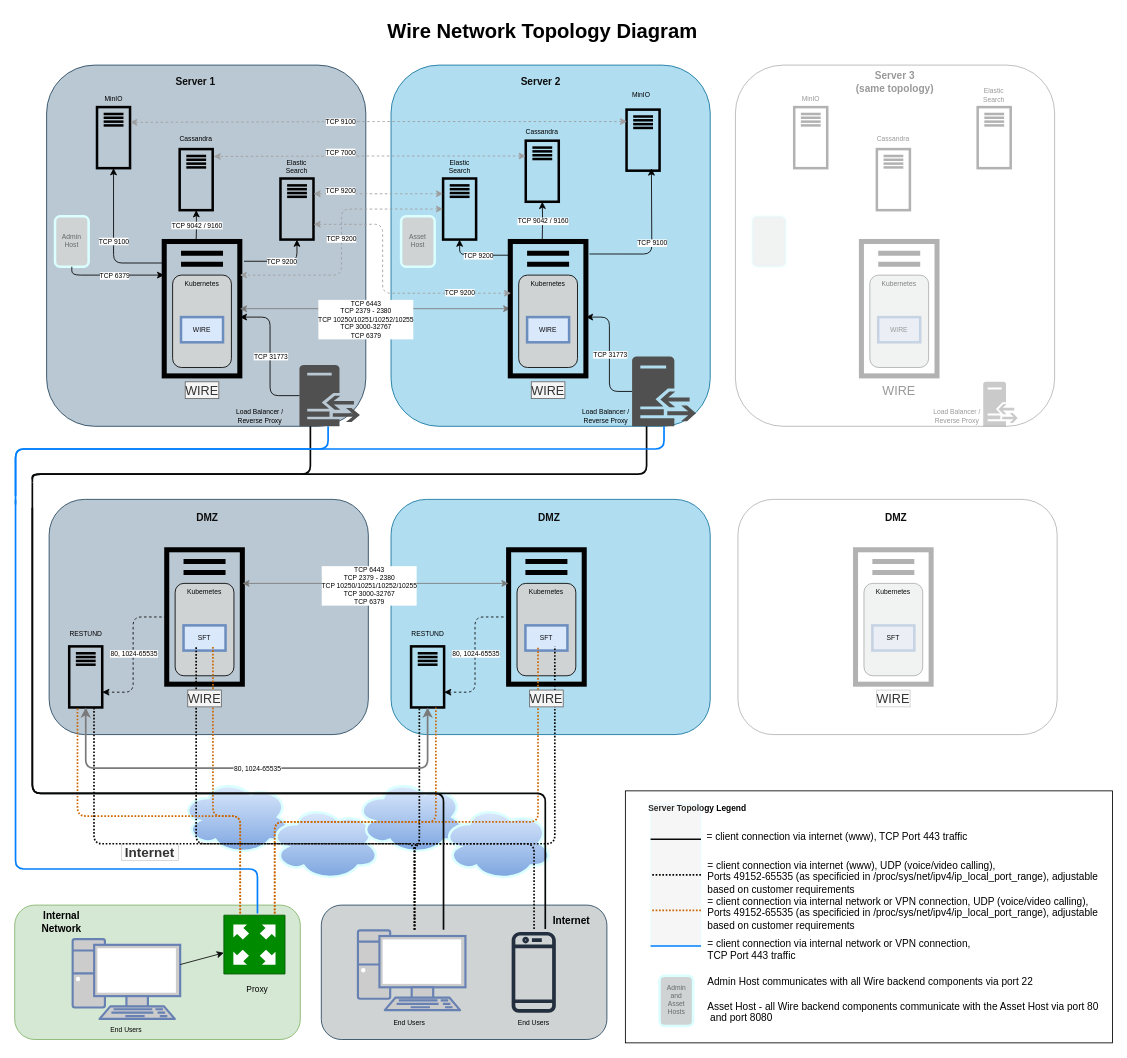
This is src/how-to/install/img/dmz-network-topology.drawio from wireapp/wire-docs, a draw.io file, before an edit. Source tidied: cells renumbered, new cells numbered last; positions are measured from the earlier drawing's top-left corner, leaving out a move shared by most shapes. Both pictures are drawn from the tidied source at 84%, with x=0, y=0 at pixel (14, 14).
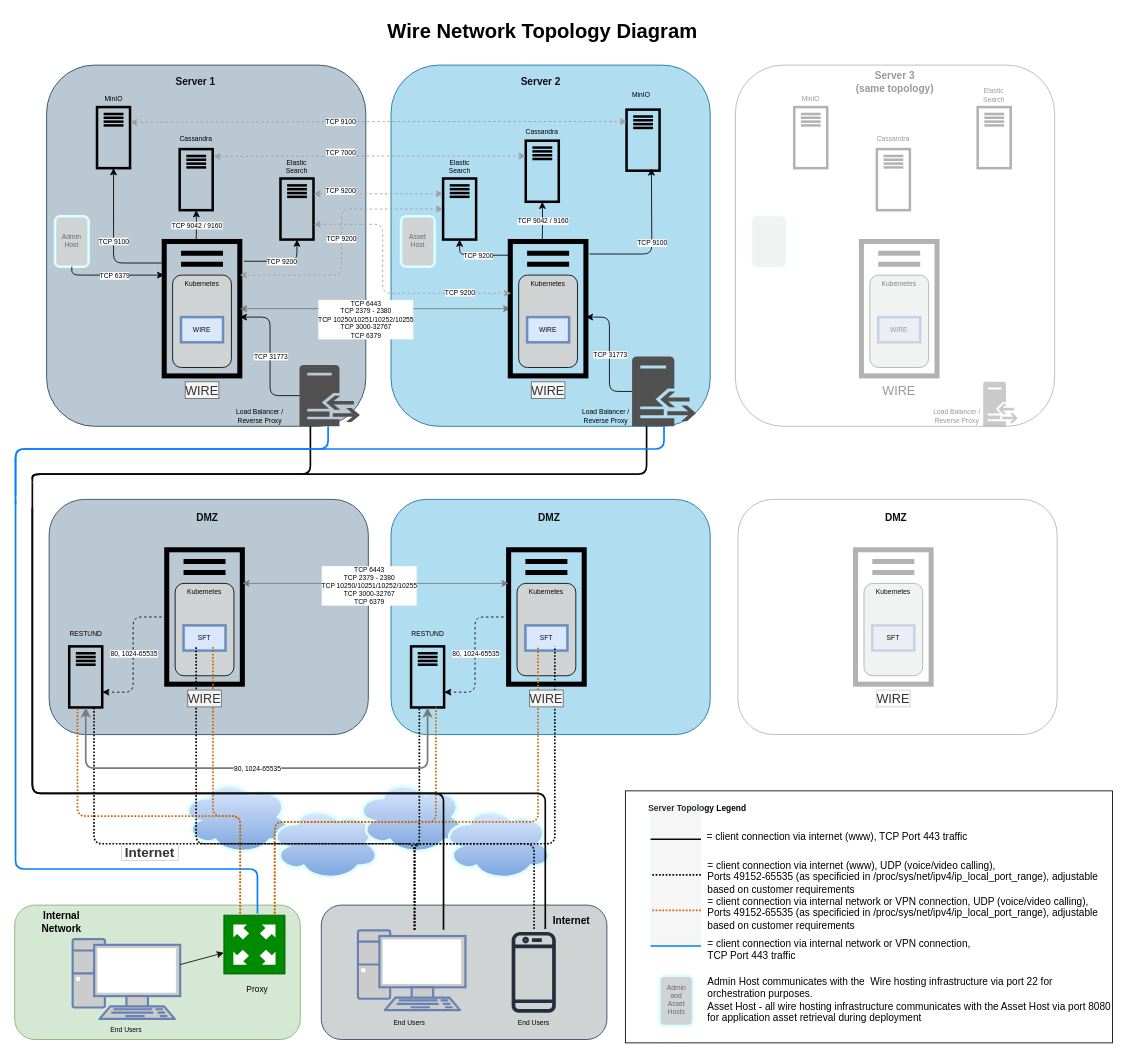
The same page after the edit.

Commit message:
update adminhost and assethost legend entries.

What changed in the source:
```diff
@@
-    <mxCell id="176" value="&lt;div style=&quot;font-size: 12px&quot;&gt;Admin Host communicates with all Wire backend components via port 22&lt;/div&gt;&lt;div style=&quot;font-size: 12px&quot;&gt;&lt;br style=&quot;font-size: 12px&quot;&gt;&lt;/div&gt;&lt;div style=&quot;font-size: 12px&quot;&gt;Asset Host - all Wire backend components communicate with the Asset Host via port 80&lt;br style=&quot;font-size: 12px&quot;&gt;&lt;/div&gt;&amp;nbsp;and port 8080" style="text;html=1;strokeColor=none;fillColor=none;align=left;verticalAlign=middle;whiteSpace=wrap;rounded=0;fontSize=12;fontColor=#000000;opacity=20;" parent="1" vertex="1">
+    <mxCell id="176" value="&lt;div style=&quot;font-size: 12px&quot;&gt;Admin Host communicates with the&amp;nbsp; Wire hosting infrastructure via port 22 for orchestration purposes.&lt;/div&gt;&lt;div style=&quot;font-size: 12px&quot;&gt;Asset Host - all wire hosting infrastructure communicates with the Asset Host via port&amp;nbsp;8080 for application asset retrieval during deployment&lt;/div&gt;" style="text;html=1;strokeColor=none;fillColor=none;align=left;verticalAlign=middle;whiteSpace=wrap;rounded=0;fontSize=12;fontColor=#000000;opacity=20;" parent="1" vertex="1">
       <mxGeometry x="823" y="1148" width="484" height="50" as="geometry" />
     </mxCell>
```
